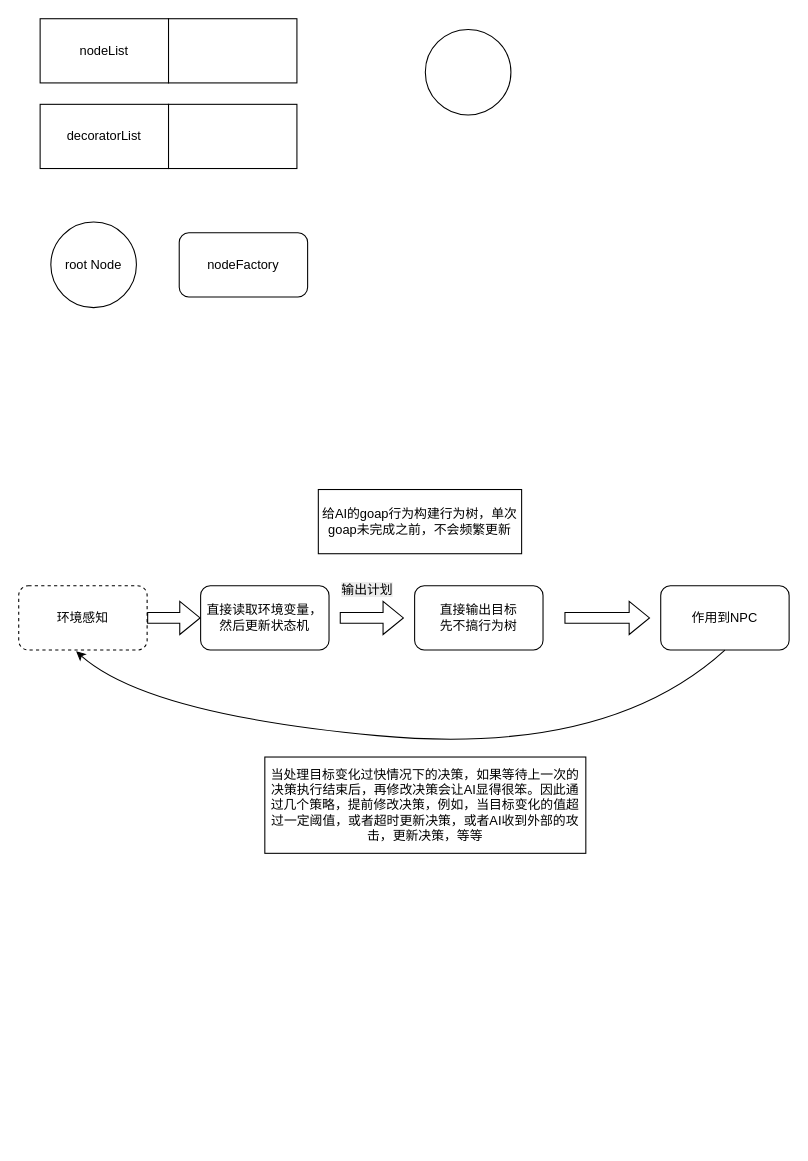
Earlier version of the draw.io diagram AI行为树.drawio (junpfeng/UE). Source tidied: cells renumbered, new cells numbered last; positions are measured from the earlier drawing's top-left corner, leaving out a move shared by most shapes. Both pictures are drawn from the tidied source at 107%, with x=0, y=0 at pixel (18, 18).
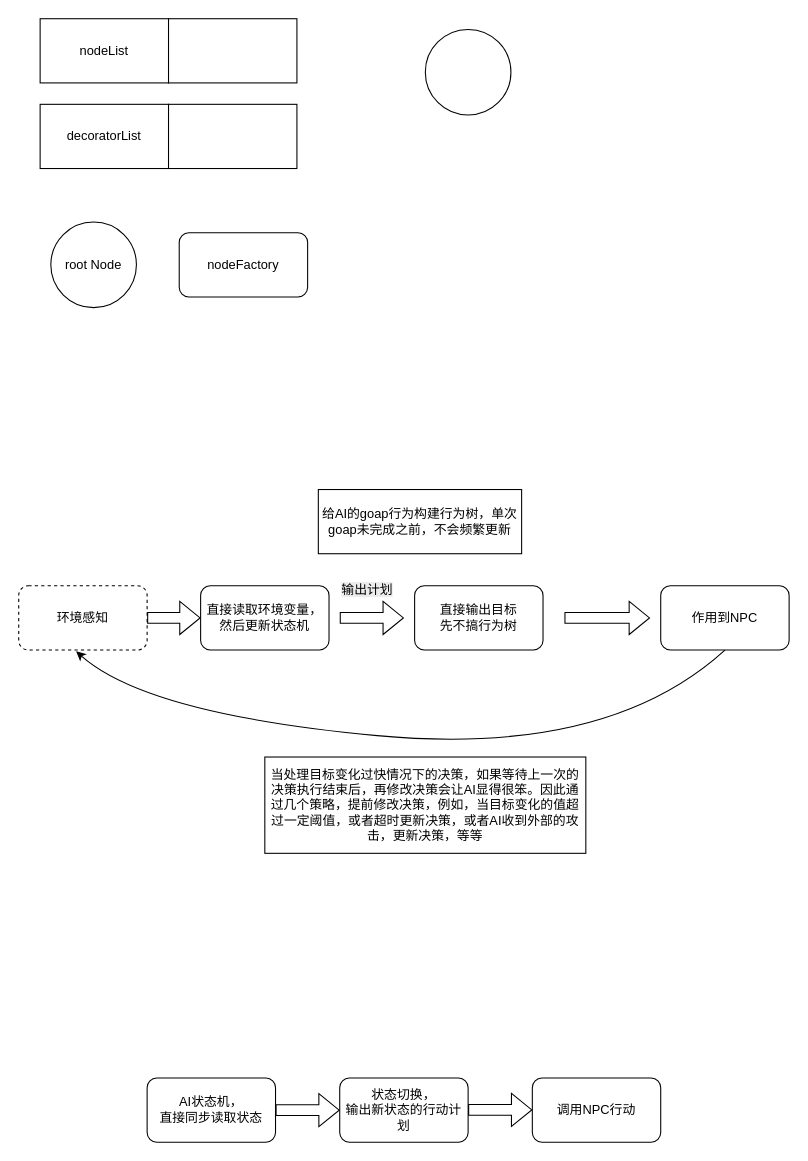
After the change.

Commit message:
更新AI行为树.drawio

The edit, as a diff of the source:
```diff
@@
+    <mxCell id="20" value="AI状态机，&lt;br&gt;直接同步读取状态" style="rounded=1;whiteSpace=wrap;html=1;" parent="1" vertex="1">
+      <mxGeometry x="120" y="990" width="120" height="60" as="geometry" />
+    </mxCell>
+    <mxCell id="21" value="状态切换，&lt;br&gt;输出新状态的行动计划" style="rounded=1;whiteSpace=wrap;html=1;" parent="1" vertex="1">
+      <mxGeometry x="300" y="990" width="120" height="60" as="geometry" />
+    </mxCell>
+    <mxCell id="22" style="shape=flexArrow;endArrow=classic;html=1;rounded=0;exitX=1;exitY=0.5;exitDx=0;exitDy=0;" parent="1" edge="1" source="20">
+      <mxGeometry relative="1" as="geometry">
+        <mxPoint x="300" y="1020" as="targetPoint" />
+      </mxGeometry>
+    </mxCell>
+    <mxCell id="23" style="shape=flexArrow;endArrow=classic;html=1;rounded=0;exitX=1;exitY=0.5;exitDx=0;exitDy=0;" parent="1" edge="1">
+      <mxGeometry relative="1" as="geometry">
+        <mxPoint x="420" y="1019.8" as="sourcePoint" />
+        <mxPoint x="480" y="1019.8" as="targetPoint" />
+      </mxGeometry>
+    </mxCell>
+    <mxCell id="24" value="调用NPC行动" style="rounded=1;whiteSpace=wrap;html=1;" parent="1" vertex="1">
+      <mxGeometry x="480" y="990" width="120" height="60" as="geometry" />
+    </mxCell>
```
